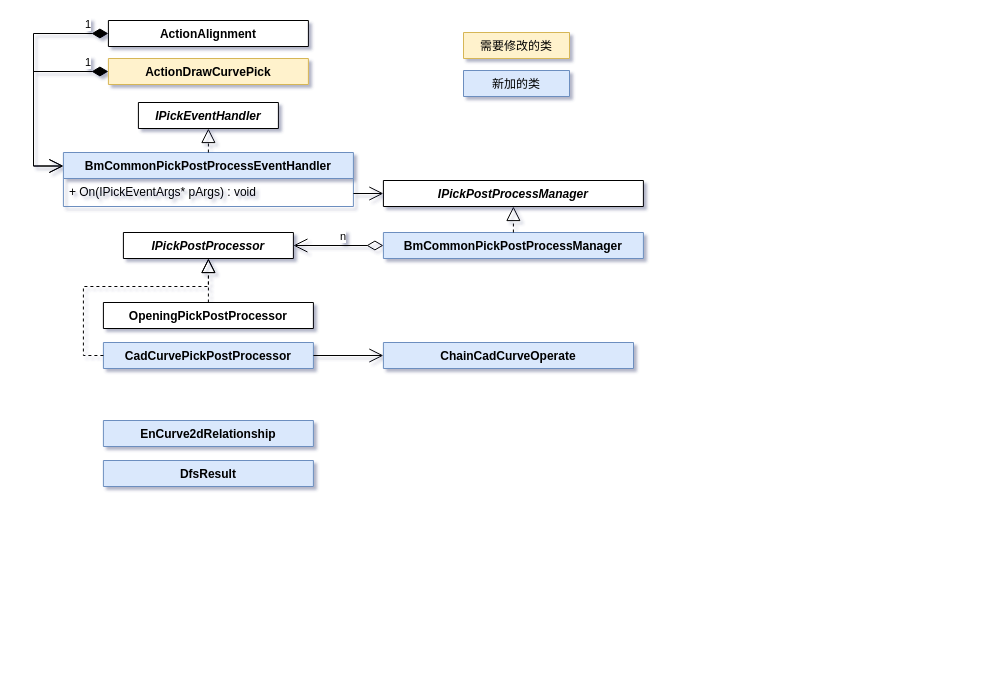
Above: page "Scheme Final" (1 of 4) of ChainPickCadCurve.drawio in Sean-Xu-Code/cpp (draw.io), before the change. Source tidied: cells renumbered, new cells numbered last; positions are measured from the earlier drawing's top-left corner, leaving out a move shared by most shapes. Both pictures are drawn from the tidied source at 100%, with x=0, y=0 at pixel (33, 20).
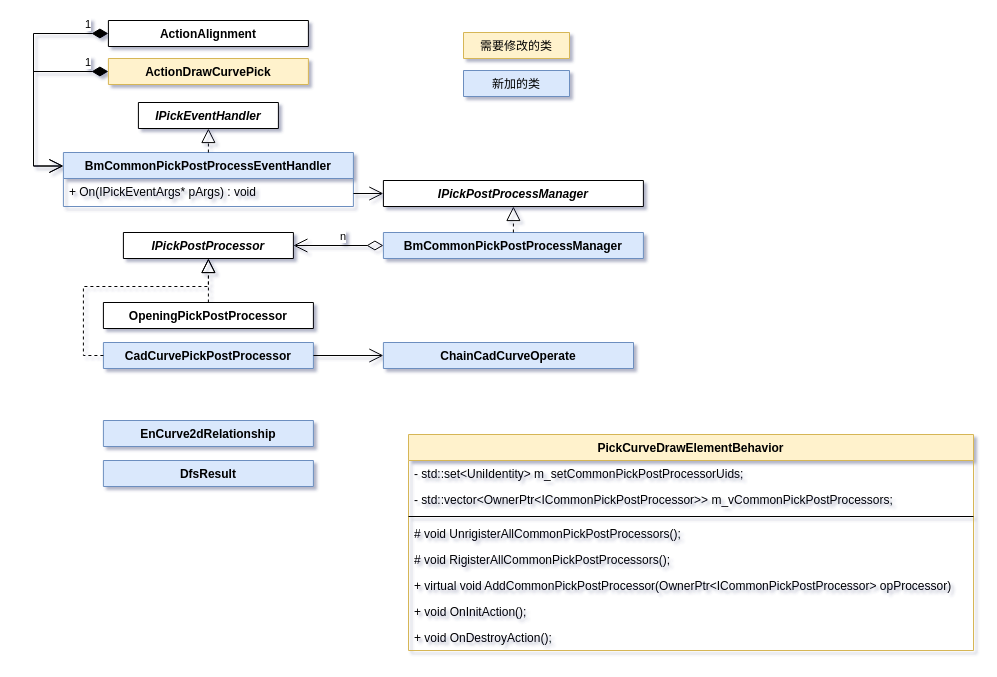
The same page after the edit.

What changed in the source:
```diff
@@
+    <mxCell id="26" value="PickCurveDrawElementBehavior" style="swimlane;fontStyle=1;align=center;verticalAlign=top;horizontal=1;startSize=26;shadow=0;strokeWidth=1;fillColor=#fff2cc;strokeColor=#d6b656;rounded=0;sketch=0;" parent="1" vertex="1">
+      <mxGeometry x="375" y="414" width="565" height="216" as="geometry" />
+    </mxCell>
+    <mxCell id="27" value="- std::set&lt;UniIdentity&gt; m_setCommonPickPostProcessorUids;&#10;" style="text;align=left;verticalAlign=top;spacingLeft=4;spacingRight=4;overflow=hidden;rounded=0;" parent="26" vertex="1">
+      <mxGeometry y="26" width="565" height="26" as="geometry" />
+    </mxCell>
+    <mxCell id="28" value="- std::vector&lt;OwnerPtr&lt;ICommonPickPostProcessor&gt;&gt; m_vCommonPickPostProcessors;" style="text;align=left;verticalAlign=top;spacingLeft=4;spacingRight=4;overflow=hidden;rounded=0;" parent="26" vertex="1">
+      <mxGeometry y="52" width="565" height="26" as="geometry" />
+    </mxCell>
+    <mxCell id="29" style="line;html=1;strokeWidth=1;align=left;verticalAlign=middle;spacingTop=-1;spacingLeft=3;spacingRight=3;labelPosition=right;rounded=0;" parent="26" vertex="1">
+      <mxGeometry y="78" width="565" height="8" as="geometry" />
+    </mxCell>
+    <mxCell id="30" value="# void UnrigisterAllCommonPickPostProcessors();" style="text;align=left;verticalAlign=top;spacingLeft=4;spacingRight=4;overflow=hidden;rounded=0;" parent="26" vertex="1">
+      <mxGeometry y="86" width="565" height="26" as="geometry" />
+    </mxCell>
+    <mxCell id="31" value="# void RigisterAllCommonPickPostProcessors();" style="text;align=left;verticalAlign=top;spacingLeft=4;spacingRight=4;overflow=hidden;rounded=0;" parent="26" vertex="1">
+      <mxGeometry y="112" width="565" height="26" as="geometry" />
+    </mxCell>
+    <mxCell id="32" value="+ virtual void AddCommonPickPostProcessor(OwnerPtr&lt;ICommonPickPostProcessor&gt; opProcessor)" style="text;align=left;verticalAlign=top;spacingLeft=4;spacingRight=4;overflow=hidden;rounded=0;" parent="26" vertex="1">
+      <mxGeometry y="138" width="565" height="26" as="geometry" />
+    </mxCell>
+    <mxCell id="33" value="+ void OnInitAction();" style="text;align=left;verticalAlign=top;spacingLeft=4;spacingRight=4;overflow=hidden;rounded=0;" parent="26" vertex="1">
+      <mxGeometry y="164" width="565" height="26" as="geometry" />
+    </mxCell>
+    <mxCell id="34" value="+ void OnDestroyAction();" style="text;align=left;verticalAlign=top;spacingLeft=4;spacingRight=4;overflow=hidden;rounded=0;" parent="26" vertex="1">
+      <mxGeometry y="190" width="565" height="26" as="geometry" />
+    </mxCell>
```
